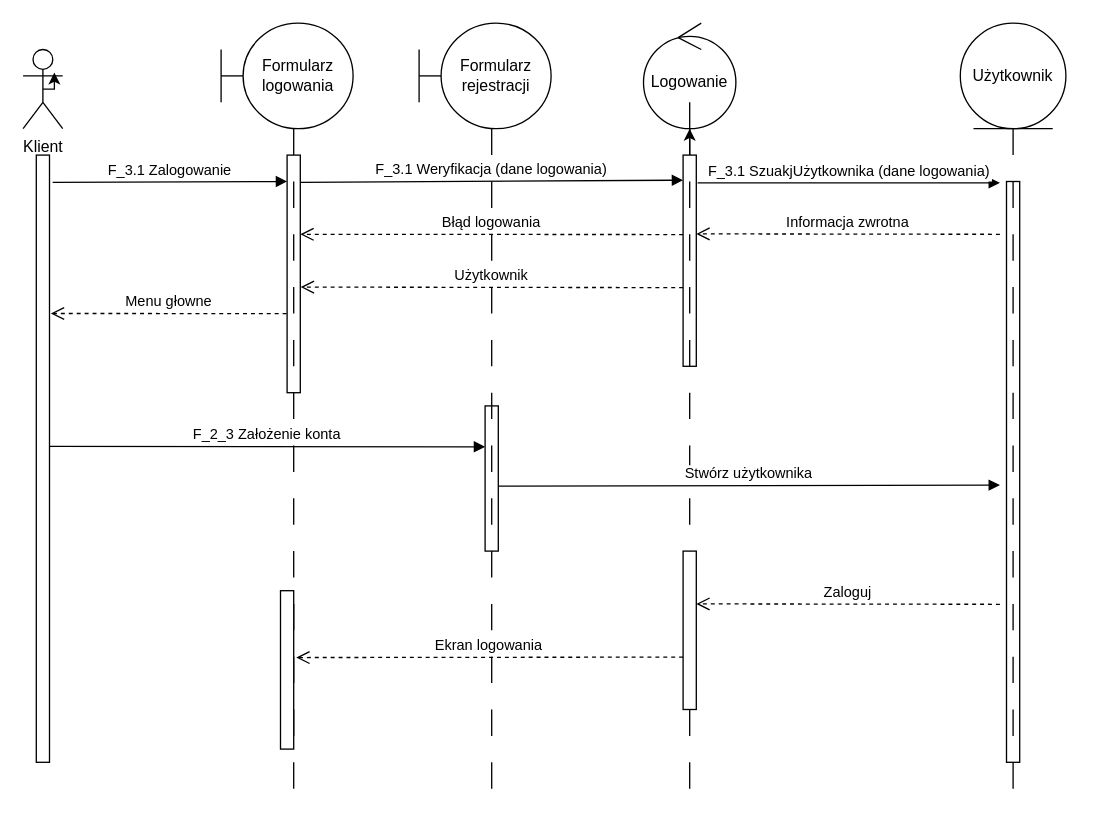
Above: Diagramy/Logowanie-diagram-sekwencji.drawio in mrzewnicki/Pandronka (draw.io), before the change. Source tidied: cells renumbered, new cells numbered last; positions are measured from the earlier drawing's top-left corner, leaving out a move shared by most shapes. Both pictures are drawn from the tidied source at 132%, with x=0, y=0 at pixel (22, 22).
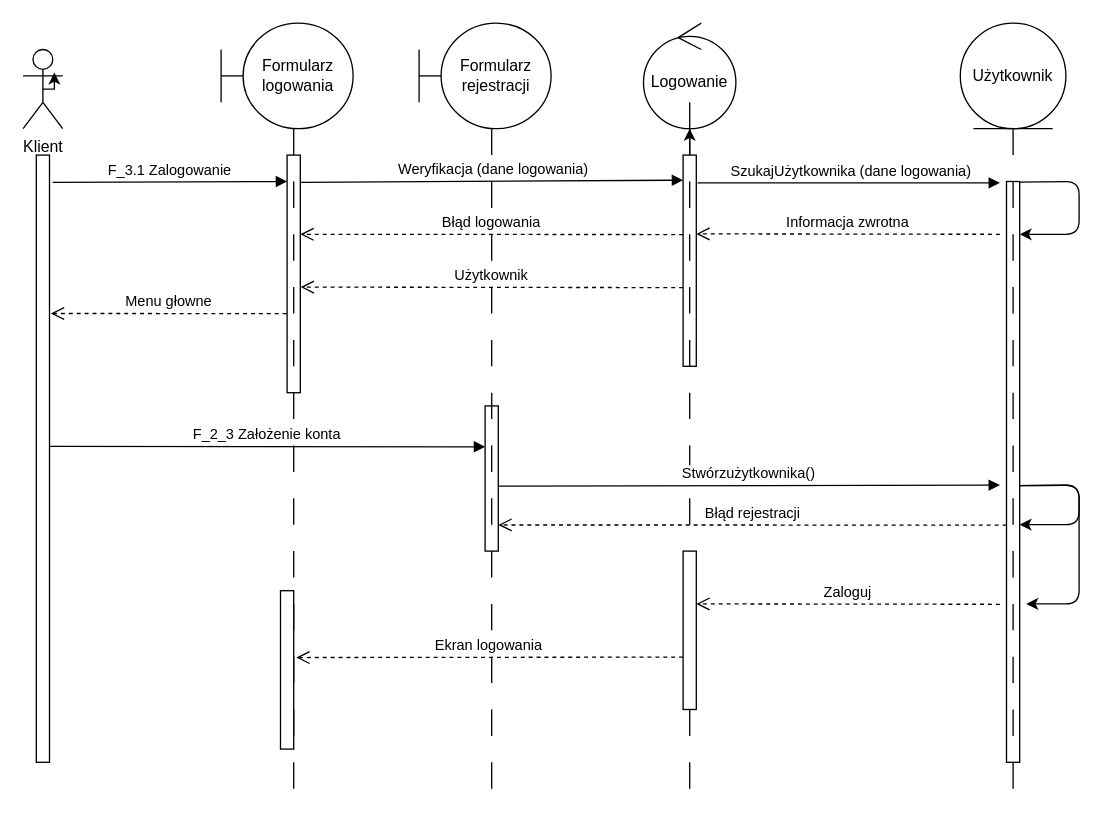
The same diagram, later.

Unchanged cells that the change refers to:
```xml
<mxCell id="13" style="points=[];perimeter=orthogonalPerimeter;rounded=0;shadow=0;strokeWidth=1;" parent="1" vertex="1">
  <mxGeometry x="745" y="120" width="10" height="440" as="geometry" />
</mxCell>
<mxCell id="24" style="points=[];perimeter=orthogonalPerimeter;rounded=0;shadow=0;strokeWidth=1;" parent="1" vertex="1">
  <mxGeometry x="350" y="290" width="10" height="110" as="geometry" />
</mxCell>
```

Change to the diagram source:
```diff
@@
-    <mxCell id="12" value="F_3.1 Weryfikacja (dane logowania)" style="verticalAlign=bottom;endArrow=block;shadow=0;strokeWidth=1;exitX=1.237;exitY=0.045;exitDx=0;exitDy=0;exitPerimeter=0;" parent="1" edge="1">
+    <mxCell id="12" value=" Weryfikacja (dane logowania)" style="verticalAlign=bottom;endArrow=block;shadow=0;strokeWidth=1;exitX=1.237;exitY=0.045;exitDx=0;exitDy=0;exitPerimeter=0;" parent="1" edge="1">
       <mxGeometry relative="1" as="geometry">
         <mxPoint x="210" y="120.7" as="sourcePoint" />
         <mxPoint x="500" y="119" as="targetPoint" />
       </mxGeometry>
     </mxCell>
@@
-    <mxCell id="14" value="F_3.1 SzuakjUżytkownika (dane logowania)" style="verticalAlign=bottom;endArrow=block;shadow=0;strokeWidth=1;" parent="1" edge="1">
+    <mxCell id="14" value=" SzukajUżytkownika (dane logowania)" style="verticalAlign=bottom;endArrow=block;shadow=0;strokeWidth=1;" parent="1" edge="1">
       <mxGeometry relative="1" as="geometry">
         <mxPoint x="511" y="121" as="sourcePoint" />
         <mxPoint x="740" y="121" as="targetPoint" />
       </mxGeometry>
     </mxCell>
@@
-    <mxCell id="26" value="Stwórz użytkownika" style="verticalAlign=bottom;endArrow=block;shadow=0;strokeWidth=1;exitX=1.237;exitY=0.045;exitDx=0;exitDy=0;exitPerimeter=0;" parent="1" edge="1">
+    <mxCell id="26" value="Stwórzużytkownika()" style="verticalAlign=bottom;endArrow=block;shadow=0;strokeWidth=1;exitX=1.237;exitY=0.045;exitDx=0;exitDy=0;exitPerimeter=0;" parent="1" edge="1">
       <mxGeometry relative="1" as="geometry">
         <mxPoint x="360" y="350.8" as="sourcePoint" />
         <mxPoint x="740" y="350" as="targetPoint" />
       </mxGeometry>
     </mxCell>
@@
+    <mxCell id="31" style="endArrow=classic;html=1;exitX=1.018;exitY=0.001;exitDx=0;exitDy=0;exitPerimeter=0;" parent="1" edge="1" source="13">
+      <mxGeometry relative="1" as="geometry">
+        <mxPoint x="755" y="160" as="targetPoint" />
+        <Array as="points">
+          <mxPoint x="800" y="120" />
+          <mxPoint x="800" y="160" />
+        </Array>
+      </mxGeometry>
+    </mxCell>
+    <mxCell id="32" value="Błąd rejestracji" style="verticalAlign=bottom;endArrow=open;dashed=1;endSize=8;exitX=0;exitY=0.95;shadow=0;strokeWidth=1;entryX=1.003;entryY=0.82;entryDx=0;entryDy=0;entryPerimeter=0;" parent="1" edge="1" target="24">
+      <mxGeometry relative="1" as="geometry">
+        <mxPoint x="745" y="380.3" as="sourcePoint" />
+      </mxGeometry>
+    </mxCell>
+    <mxCell id="33" style="endArrow=classic;html=1;exitX=1.018;exitY=0.001;exitDx=0;exitDy=0;exitPerimeter=0;" parent="1" edge="1">
+      <mxGeometry relative="1" as="geometry">
+        <mxPoint x="755.2" y="350.4" as="sourcePoint" />
+        <mxPoint x="755" y="380" as="targetPoint" />
+        <Array as="points">
+          <mxPoint x="800" y="350" />
+          <mxPoint x="800" y="380" />
+        </Array>
+      </mxGeometry>
+    </mxCell>
+    <mxCell id="34" style="endArrow=classic;html=1;exitX=1.018;exitY=0.001;exitDx=0;exitDy=0;exitPerimeter=0;" parent="1" edge="1">
+      <mxGeometry relative="1" as="geometry">
+        <mxPoint x="755.2" y="350.4" as="sourcePoint" />
+        <mxPoint x="760" y="440" as="targetPoint" />
+        <Array as="points">
+          <mxPoint x="800" y="350" />
+          <mxPoint x="800" y="440" />
+        </Array>
+      </mxGeometry>
+    </mxCell>
```
